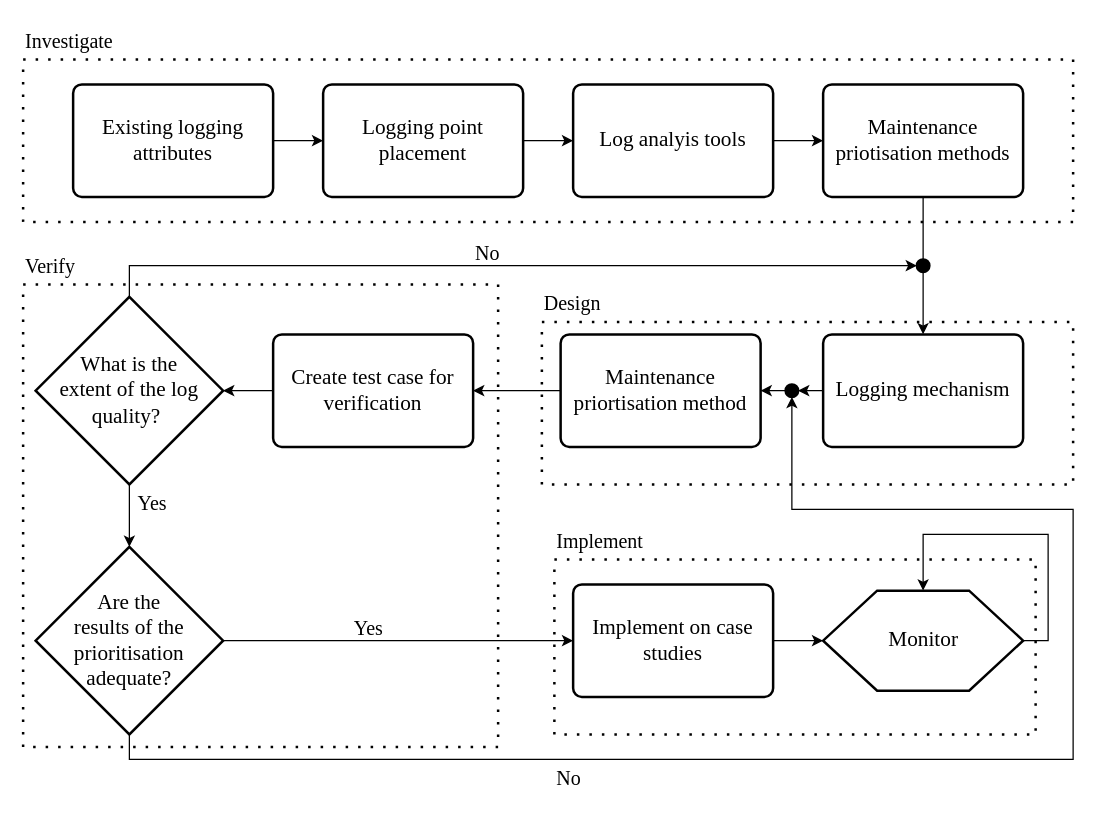
Above: img/Chapter2/developmentOfSolution/developementOfSolution.drawio in CorrieScheepers/Masters (draw.io), before the change. Source tidied: cells renumbered, new cells numbered last; positions are measured from the earlier drawing's top-left corner, leaving out a move shared by most shapes. Both pictures are drawn from the tidied source at 125%, with x=0, y=0 at pixel (22, 21).
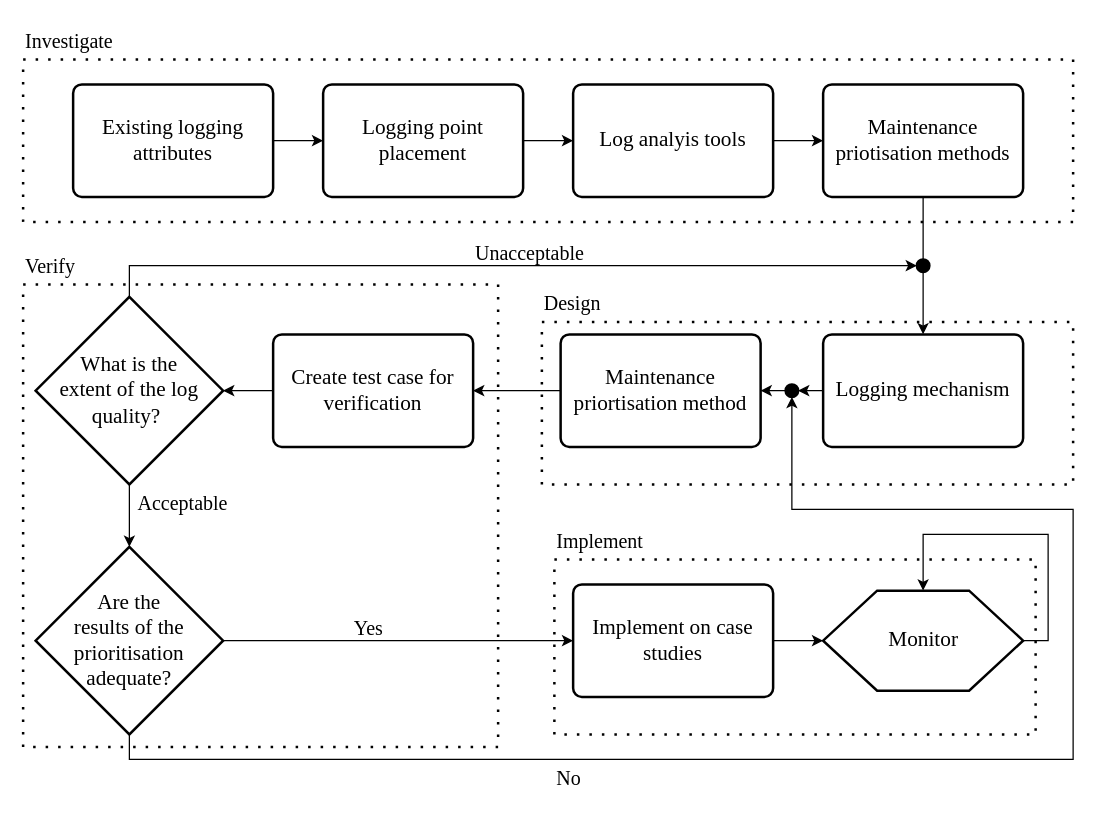
The same page after the edit.

Diff of the diagram source:
```diff
@@
-    <mxCell id="40" value="No" style="text;html=1;strokeColor=none;fillColor=none;align=left;verticalAlign=middle;whiteSpace=wrap;rounded=0;dashed=1;dashPattern=1 4;strokeWidth=3;fontSize=16;fontFamily=Times New Roman;" parent="1" vertex="1">
-      <mxGeometry x="360" y="170" width="35" height="30" as="geometry" />
+    <mxCell id="40" value="Unacceptable" style="text;html=1;strokeColor=none;fillColor=none;align=left;verticalAlign=middle;whiteSpace=wrap;rounded=0;dashed=1;dashPattern=1 4;strokeWidth=3;fontSize=16;fontFamily=Times New Roman;" parent="1" vertex="1">
+      <mxGeometry x="360" y="170" width="80" height="30" as="geometry" />
     </mxCell>
-    <mxCell id="41" value="Yes" style="text;html=1;strokeColor=none;fillColor=none;align=left;verticalAlign=middle;whiteSpace=wrap;rounded=0;dashed=1;dashPattern=1 4;strokeWidth=3;fontSize=16;fontFamily=Times New Roman;" parent="1" vertex="1">
+    <mxCell id="41" value="Acceptable" style="text;html=1;strokeColor=none;fillColor=none;align=left;verticalAlign=middle;whiteSpace=wrap;rounded=0;dashed=1;dashPattern=1 4;strokeWidth=3;fontSize=16;fontFamily=Times New Roman;" parent="1" vertex="1">
       <mxGeometry x="90" y="370" width="35" height="30" as="geometry" />
     </mxCell>
```
